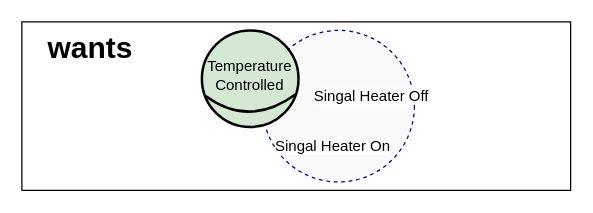
Above: page "iRL-therm-rel-1-wants" (1 of 14) of Material/Config/Images/relationships/Wants.drawio.xml in liaskos/iRL-Experiment (draw.io), before the change. Source tidied: cells renumbered, new cells numbered last; positions are measured from the earlier drawing's top-left corner, leaving out a move shared by most shapes. Both pictures are drawn from the tidied source at 125%, with x=0, y=0 at pixel (21, 21).
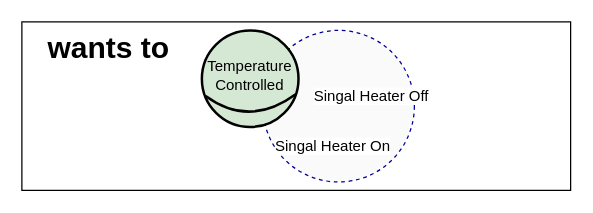
Above is the later version.

Diff of the diagram source:
```diff
@@
 <mxGraphModel>
   <root>
     <mxCell id="0" />
     <mxCell id="1" parent="0" />
-    <mxCell id="2" value="&lt;font&gt;&lt;b&gt;wants&lt;/b&gt;&lt;/font&gt;" style="rounded=0;whiteSpace=wrap;html=1;align=left;fontSize=24;spacingLeft=19;horizontal=1;verticalAlign=top;" parent="1" vertex="1">
+    <mxCell id="2" value="&lt;font&gt;&lt;b&gt;wants to&lt;/b&gt;&lt;/font&gt;" style="rounded=0;whiteSpace=wrap;html=1;align=left;fontSize=24;spacingLeft=19;horizontal=1;verticalAlign=top;" parent="1" vertex="1">
       <mxGeometry width="439" height="134.8" as="geometry" />
     </mxCell>
     <mxCell id="3" style="ellipse;whiteSpace=wrap;html=1;strokeColor=#000099;fontSize=15;fillColor=#FAFAFA;dashed=1;" parent="1" vertex="1">
       <mxGeometry x="192.7" y="6.8" width="121.3" height="121.3" as="geometry" />
     </mxCell>
     <mxCell id="4" value="&lt;span style=&quot;color: rgb(0, 0, 0); font-family: Helvetica; font-size: 12px; font-style: normal; font-variant-ligatures: normal; font-variant-caps: normal; font-weight: 400; letter-spacing: normal; orphans: 2; text-align: left; text-indent: 0px; text-transform: none; widows: 2; word-spacing: 0px; -webkit-text-stroke-width: 0px; white-space: normal; text-decoration-thickness: initial; text-decoration-style: initial; text-decoration-color: initial; float: none; display: inline !important;&quot;&gt;Singal Heater On&lt;/span&gt;" style="text;whiteSpace=wrap;html=1;spacing=0;labelBackgroundColor=default;" parent="1" vertex="1">
       <mxGeometry x="203.4" y="88" width="100" height="20" as="geometry" />
     </mxCell>
     <mxCell id="5" value="&lt;span style=&quot;color: rgb(0, 0, 0); font-family: Helvetica; font-size: 12px; font-style: normal; font-variant-ligatures: normal; font-variant-caps: normal; font-weight: 400; letter-spacing: normal; orphans: 2; text-align: left; text-indent: 0px; text-transform: none; widows: 2; word-spacing: 0px; -webkit-text-stroke-width: 0px; white-space: normal; text-decoration-thickness: initial; text-decoration-style: initial; text-decoration-color: initial; float: none; display: inline !important;&quot;&gt;Singal Heater Off&lt;/span&gt;" style="text;whiteSpace=wrap;html=1;spacing=0;labelBackgroundColor=default;" parent="1" vertex="1">
       <mxGeometry x="234" y="48" width="100" height="20" as="geometry" />
     </mxCell>
     <mxCell id="6" value="&lt;font&gt;Temperature&lt;br&gt;Controlled&lt;/font&gt;" style="ellipse;whiteSpace=wrap;html=1;strokeColor=#000000;fontSize=12;rounded=1;strokeWidth=2;fillColor=#d5e8d4;arcSize=50;spacingTop=-5;" parent="1" vertex="1">
       <mxGeometry x="144" y="6.8" width="77.3" height="77.3" as="geometry" />
     </mxCell>
     <mxCell id="7" style="curved=1;endArrow=none;html=1;rounded=0;fontSize=15;edgeStyle=orthogonalEdgeStyle;exitX=0.039;exitY=0.679;exitDx=0;exitDy=0;entryX=0.971;entryY=0.66;entryDx=0;entryDy=0;endFill=0;strokeWidth=2;entryPerimeter=0;exitPerimeter=0;" parent="1" edge="1" source="6" target="6">
       <mxGeometry relative="1" as="geometry">
         <Array as="points">
           <mxPoint x="182" y="85" />
         </Array>
       </mxGeometry>
     </mxCell>
   </root>
 </mxGraphModel>
```
